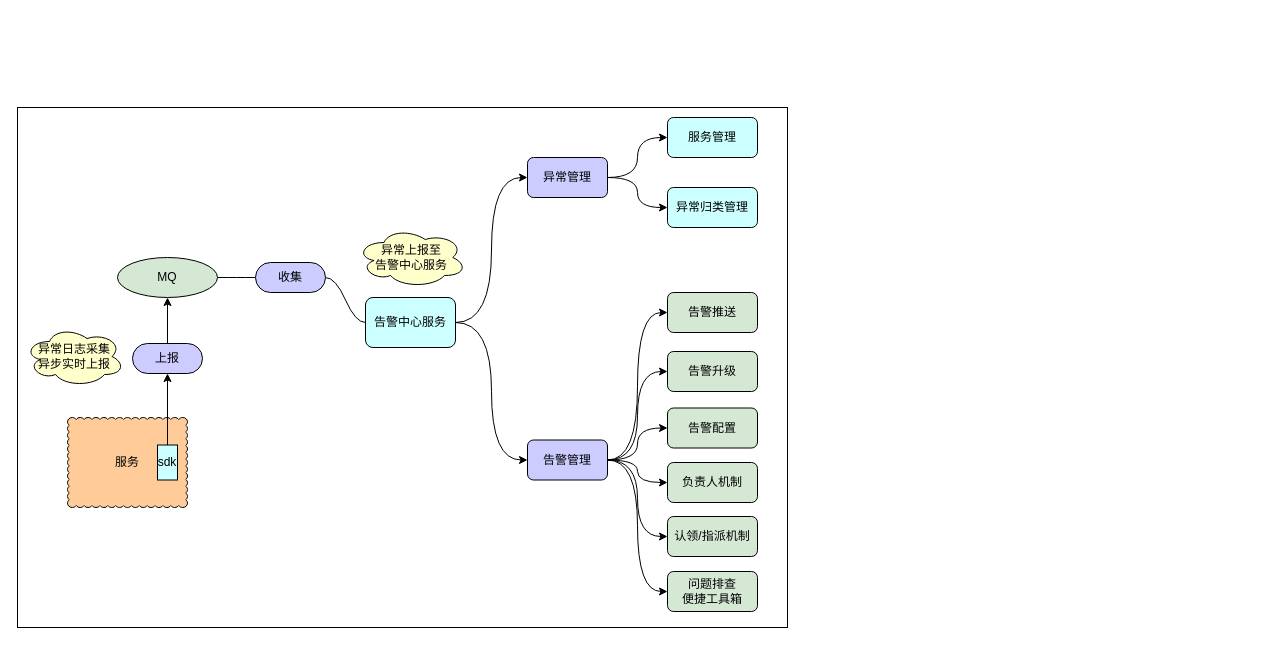
Above: page "第 5 页" (5 of 6) of 卖场/reentrantlock.drawio in lxcy-kdz/draw (draw.io), before the change. Source tidied: cells renumbered, new cells numbered last; positions are measured from the earlier drawing's top-left corner, leaving out a move shared by most shapes. Both pictures are drawn from the tidied source at 100%, with x=0, y=0 at pixel (17, 107).
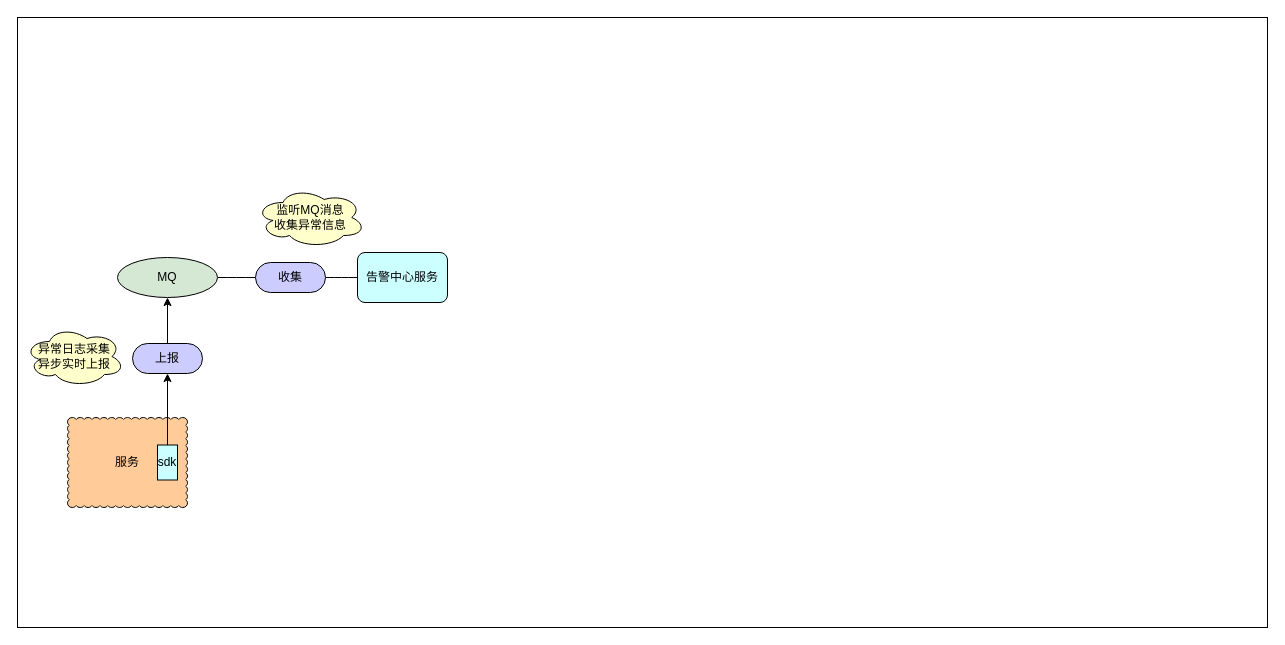
The same page after the edit.

Diff of the diagram source:
```diff
@@
     <mxCell id="2" style="rounded=0;whiteSpace=wrap;html=1;fillColor=#FFFFFF;" parent="1" vertex="1">
-      <mxGeometry width="770" height="520" as="geometry" />
+      <mxGeometry y="-90" width="1250" height="610" as="geometry" />
     </mxCell>
@@
-    <mxCell id="6" style="edgeStyle=orthogonalEdgeStyle;curved=1;rounded=0;jettySize=auto;html=1;exitX=1;exitY=0.5;exitDx=0;exitDy=0;entryX=0;entryY=0.5;entryDx=0;entryDy=0;" parent="1" edge="1" source="8" target="19">
-      <mxGeometry relative="1" as="geometry" />
-    </mxCell>
-    <mxCell id="7" style="edgeStyle=orthogonalEdgeStyle;curved=1;rounded=0;jettySize=auto;html=1;exitX=1;exitY=0.5;exitDx=0;exitDy=0;entryX=0;entryY=0.5;entryDx=0;entryDy=0;" parent="1" edge="1" source="8" target="28">
-      <mxGeometry relative="1" as="geometry" />
-    </mxCell>
     <mxCell id="8" value="告警中心服务" style="rounded=1;whiteSpace=wrap;html=1;fillColor=#CCFFFF;" parent="1" vertex="1">
-      <mxGeometry x="348" y="190" width="90" height="50" as="geometry" />
+      <mxGeometry x="340" y="145" width="90" height="50" as="geometry" />
     </mxCell>
@@
-    <mxCell id="14" value="异常上报至&lt;div&gt;告警中心服务&lt;/div&gt;" style="ellipse;shape=cloud;whiteSpace=wrap;html=1;fillColor=#FFFFCC;" parent="1" vertex="1">
-      <mxGeometry x="339" y="120" width="110" height="60" as="geometry" />
+    <mxCell id="14" value="监听MQ消息&lt;br&gt;收集异常信息" style="ellipse;shape=cloud;whiteSpace=wrap;html=1;fillColor=#FFFFCC;" parent="1" vertex="1">
+      <mxGeometry x="238" y="80" width="110" height="60" as="geometry" />
     </mxCell>
@@
-    <mxCell id="17" style="edgeStyle=orthogonalEdgeStyle;curved=1;rounded=0;jettySize=auto;html=1;" parent="1" edge="1" source="19" target="20">
-      <mxGeometry relative="1" as="geometry" />
-    </mxCell>
-    <mxCell id="18" style="edgeStyle=orthogonalEdgeStyle;curved=1;rounded=0;jettySize=auto;html=1;exitX=1;exitY=0.5;exitDx=0;exitDy=0;" parent="1" edge="1" source="19" target="21">
-      <mxGeometry relative="1" as="geometry" />
-    </mxCell>
-    <mxCell id="19" value="异常管理" style="rounded=1;whiteSpace=wrap;html=1;fillColor=#CCCCFF;" parent="1" vertex="1">
-      <mxGeometry x="510" y="50" width="80" height="40" as="geometry" />
-    </mxCell>
-    <mxCell id="20" value="服务管理" style="whiteSpace=wrap;html=1;rounded=1;fillColor=#CCFFFF;" parent="1" vertex="1">
-      <mxGeometry x="650" y="10" width="90" height="40" as="geometry" />
-    </mxCell>
-    <mxCell id="21" value="异常归类管理" style="whiteSpace=wrap;html=1;rounded=1;fillColor=#CCFFFF;" parent="1" vertex="1">
-      <mxGeometry x="650" y="80" width="90" height="40" as="geometry" />
-    </mxCell>
-    <mxCell id="22" style="edgeStyle=orthogonalEdgeStyle;curved=1;rounded=0;jettySize=auto;html=1;exitX=1;exitY=0.5;exitDx=0;exitDy=0;entryX=0;entryY=0.5;entryDx=0;entryDy=0;" parent="1" edge="1" source="28" target="29">
-      <mxGeometry relative="1" as="geometry" />
-    </mxCell>
-    <mxCell id="23" style="edgeStyle=orthogonalEdgeStyle;curved=1;rounded=0;jettySize=auto;html=1;exitX=1;exitY=0.5;exitDx=0;exitDy=0;" parent="1" edge="1" source="28" target="30">
-      <mxGeometry relative="1" as="geometry" />
-    </mxCell>
-    <mxCell id="24" style="edgeStyle=orthogonalEdgeStyle;curved=1;rounded=0;jettySize=auto;html=1;exitX=1;exitY=0.5;exitDx=0;exitDy=0;entryX=0;entryY=0.5;entryDx=0;entryDy=0;" parent="1" edge="1" source="28" target="31">
-      <mxGeometry relative="1" as="geometry" />
-    </mxCell>
-    <mxCell id="25" style="edgeStyle=orthogonalEdgeStyle;curved=1;rounded=0;jettySize=auto;html=1;exitX=1;exitY=0.5;exitDx=0;exitDy=0;entryX=0;entryY=0.5;entryDx=0;entryDy=0;" parent="1" edge="1" source="28" target="32">
-      <mxGeometry relative="1" as="geometry" />
-    </mxCell>
-    <mxCell id="26" style="edgeStyle=orthogonalEdgeStyle;curved=1;rounded=0;jettySize=auto;html=1;exitX=1;exitY=0.5;exitDx=0;exitDy=0;entryX=0;entryY=0.5;entryDx=0;entryDy=0;" parent="1" edge="1" source="28" target="33">
-      <mxGeometry relative="1" as="geometry" />
-    </mxCell>
-    <mxCell id="27" style="edgeStyle=orthogonalEdgeStyle;curved=1;rounded=0;jettySize=auto;html=1;exitX=1;exitY=0.5;exitDx=0;exitDy=0;entryX=0;entryY=0.5;entryDx=0;entryDy=0;" parent="1" edge="1" source="28" target="34">
-      <mxGeometry relative="1" as="geometry" />
-    </mxCell>
-    <mxCell id="28" value="告警管理" style="rounded=1;whiteSpace=wrap;html=1;fillColor=#CCCCFF;" parent="1" vertex="1">
-      <mxGeometry x="510" y="332.5" width="80" height="40" as="geometry" />
-    </mxCell>
-    <mxCell id="29" value="告警推送" style="whiteSpace=wrap;html=1;rounded=1;fillColor=#D5E8D4;" parent="1" vertex="1">
-      <mxGeometry x="650" y="185" width="90" height="40" as="geometry" />
-    </mxCell>
-    <mxCell id="30" value="负责人机制" style="whiteSpace=wrap;html=1;rounded=1;fillColor=#D5E8D4;" parent="1" vertex="1">
-      <mxGeometry x="650" y="355" width="90" height="40" as="geometry" />
-    </mxCell>
-    <mxCell id="31" value="认领/指派机制" style="whiteSpace=wrap;html=1;rounded=1;fillColor=#D5E8D4;" parent="1" vertex="1">
-      <mxGeometry x="650" y="409" width="90" height="40" as="geometry" />
-    </mxCell>
-    <mxCell id="32" value="问题排查&lt;br&gt;便捷工具箱" style="whiteSpace=wrap;html=1;rounded=1;fillColor=#D5E8D4;" parent="1" vertex="1">
-      <mxGeometry x="650" y="464" width="90" height="40" as="geometry" />
-    </mxCell>
-    <mxCell id="33" value="告警配置" style="whiteSpace=wrap;html=1;rounded=1;fillColor=#D5E8D4;" parent="1" vertex="1">
-      <mxGeometry x="650" y="300.5" width="90" height="40" as="geometry" />
-    </mxCell>
-    <mxCell id="34" value="告警升级" style="whiteSpace=wrap;html=1;rounded=1;fillColor=#D5E8D4;" parent="1" vertex="1">
-      <mxGeometry x="650" y="244" width="90" height="40" as="geometry" />
-    </mxCell>
```
